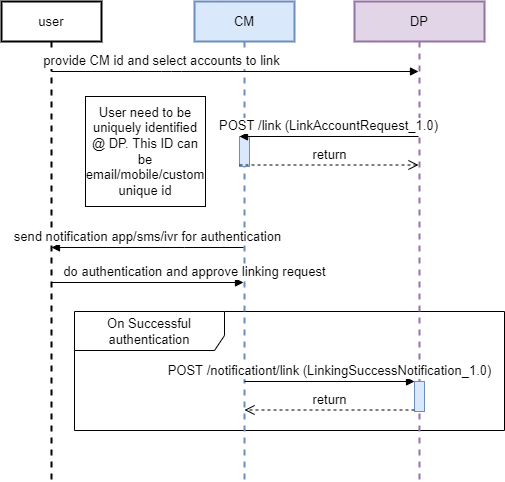
iSPIRT/DEPA keeps this draw.io diagram as seqDiagram/accountLinking-DPSide.png. Above is the earlier version. Source tidied: cells renumbered, new cells last; positions are measured from the earlier drawing's top-left corner, leaving out a move shared by most shapes.
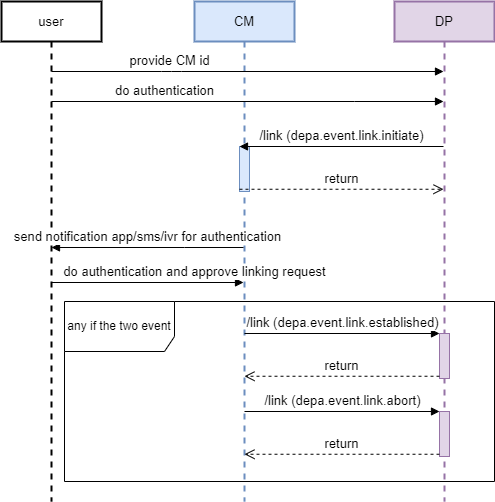
The same file after the commit.

Commit message:
linking flow updated

What changed in the source:
```diff
@@ -1,17 +1,14 @@
-<mxGraphModel>
+<mxGraphModel background="#FFFFFF">
   <root>
     <mxCell id="0" />
     <mxCell id="1" parent="0" />
-    <mxCell id="2" value="On Successful authentication" style="shape=umlFrame;whiteSpace=wrap;html=1;width=150;height=39;fontSize=13;" parent="1" vertex="1">
-      <mxGeometry x="73" y="310" width="430" height="119" as="geometry" />
-    </mxCell>
     <mxCell id="3" value="user" style="shape=umlLifeline;perimeter=lifelinePerimeter;whiteSpace=wrap;html=1;outlineConnect=0;strokeWidth=2;fontSize=13;" parent="1" vertex="1">
-      <mxGeometry width="100" height="480" as="geometry" />
+      <mxGeometry width="100" height="500" as="geometry" />
     </mxCell>
     <mxCell id="4" value="CM" style="shape=umlLifeline;perimeter=lifelinePerimeter;whiteSpace=wrap;html=1;fillColor=#dae8fc;strokeColor=#6c8ebf;strokeWidth=2;fontSize=13;" parent="1" vertex="1">
-      <mxGeometry x="193" width="100" height="480" as="geometry" />
+      <mxGeometry x="193" width="100" height="500" as="geometry" />
     </mxCell>
-    <mxCell id="5" value="provide CM id and select accounts to link" style="html=1;verticalAlign=bottom;endArrow=block;fontSize=13;" parent="1" edge="1" source="3" target="6">
+    <mxCell id="5" value="provide CM id" style="html=1;verticalAlign=bottom;endArrow=block;fontSize=13;" parent="1" edge="1" source="3" target="6">
       <mxGeometry x="-0.4" relative="1" as="geometry">
         <Array as="points">
           <mxPoint x="170" y="70" />
@@ -19,8 +16,27 @@
       </mxGeometry>
     </mxCell>
     <mxCell id="6" value="DP" style="shape=umlLifeline;perimeter=lifelinePerimeter;whiteSpace=wrap;html=1;outlineConnect=0;fillColor=#e1d5e7;strokeColor=#9673a6;strokeWidth=2;fontSize=13;" parent="1" vertex="1">
-      <mxGeometry x="353" width="130" height="480" as="geometry" />
+      <mxGeometry x="393" width="100" height="500" as="geometry" />
     </mxCell>
+    <mxCell id="16" style="html=1;points=[];perimeter=orthogonalPerimeter;fillColor=#e1d5e7;strokeColor=#9673a6;fontSize=13;" parent="6" vertex="1">
+      <mxGeometry x="45" y="332" width="10" height="45" as="geometry" />
+    </mxCell>
+    <mxCell id="17" style="html=1;points=[];perimeter=orthogonalPerimeter;fillColor=#e1d5e7;strokeColor=#9673a6;fontSize=13;" parent="6" vertex="1">
+      <mxGeometry x="45" y="410" width="10" height="45" as="geometry" />
+    </mxCell>
+    <mxCell id="18" value="/link (depa.event.link.abort)&lt;span style=&quot;font-size: 13px&quot;&gt;&lt;br style=&quot;font-size: 13px&quot;&gt;&lt;/span&gt;" style="html=1;verticalAlign=bottom;endArrow=block;entryX=0;entryY=0;fontSize=13;" parent="6" edge="1" target="17">
+      <mxGeometry relative="1" as="geometry">
+        <mxPoint x="-150" y="410" as="sourcePoint" />
+      </mxGeometry>
+    </mxCell>
+    <mxCell id="19" value="return" style="html=1;verticalAlign=bottom;endArrow=open;dashed=1;endSize=8;exitX=0;exitY=0.95;fontSize=13;" parent="6" edge="1" source="17">
+      <mxGeometry relative="1" as="geometry">
+        <mxPoint x="-150" y="452.8" as="targetPoint" />
+      </mxGeometry>
+    </mxCell>
+    <mxCell id="20" value="any if the two event" style="shape=umlFrame;whiteSpace=wrap;html=1;width=110;height=50;" parent="6" vertex="1">
+      <mxGeometry x="-330" y="300" width="430" height="180" as="geometry" />
+    </mxCell>
     <mxCell id="7" value="send notification app/sms/ivr for authentication" style="html=1;verticalAlign=bottom;endArrow=block;rounded=0;fontSize=13;" parent="1" edge="1">
       <mxGeometry relative="1" as="geometry">
         <mxPoint x="242" y="246" as="sourcePoint" />
@@ -36,34 +52,35 @@
         <mxPoint x="242" y="281" as="targetPoint" />
       </mxGeometry>
     </mxCell>
-    <mxCell id="9" value="User need to be uniquely identified @ DP. This ID can be email/mobile/custom unique id" style="text;html=1;fillColor=none;align=center;verticalAlign=middle;whiteSpace=wrap;rounded=0;fontSize=13;strokeColor=#000000;" parent="1" vertex="1">
-      <mxGeometry x="84" y="95" width="120" height="110" as="geometry" />
-    </mxCell>
     <mxCell id="10" style="html=1;points=[];perimeter=orthogonalPerimeter;fillColor=#dae8fc;strokeColor=#6c8ebf;fontSize=13;" parent="1" vertex="1">
-      <mxGeometry x="238" y="135" width="10" height="30" as="geometry" />
+      <mxGeometry x="238" y="145" width="10" height="45" as="geometry" />
     </mxCell>
-    <mxCell id="11" value="POST /link (LinkAccountRequest_1.0)&lt;span style=&quot;font-size: 13px&quot;&gt;&lt;br style=&quot;font-size: 13px&quot;&gt;&lt;/span&gt;" style="html=1;verticalAlign=bottom;endArrow=block;entryX=0;entryY=0;fontSize=13;" parent="1" edge="1" target="10">
+    <mxCell id="11" value="/link (depa.event.link.initiate)&lt;span style=&quot;font-size: 13px&quot;&gt;&lt;br style=&quot;font-size: 13px&quot;&gt;&lt;/span&gt;" style="html=1;verticalAlign=bottom;endArrow=block;entryX=0;entryY=0;fontSize=13;" parent="1" edge="1" target="10">
       <mxGeometry relative="1" as="geometry">
-        <mxPoint x="417" y="135" as="sourcePoint" />
+        <mxPoint x="442" y="145" as="sourcePoint" />
       </mxGeometry>
     </mxCell>
     <mxCell id="12" value="return" style="html=1;verticalAlign=bottom;endArrow=open;dashed=1;endSize=8;exitX=0;exitY=0.95;fontSize=13;" parent="1" edge="1" source="10">
       <mxGeometry relative="1" as="geometry">
-        <mxPoint x="417" y="163.5" as="targetPoint" />
+        <mxPoint x="442" y="187.8" as="targetPoint" />
       </mxGeometry>
     </mxCell>
-    <mxCell id="13" style="html=1;points=[];perimeter=orthogonalPerimeter;fillColor=#dae8fc;strokeColor=#6c8ebf;fontSize=13;" parent="1" vertex="1">
-      <mxGeometry x="413" y="380" width="10" height="30" as="geometry" />
-    </mxCell>
-    <mxCell id="14" value="&lt;span style=&quot;font-size: 13px&quot;&gt;POST /notificationt/link (LinkingSuccessNotification_1.0)&lt;/span&gt;" style="html=1;verticalAlign=bottom;endArrow=block;entryX=0;entryY=0;fontSize=13;" parent="1" edge="1" target="13">
-      <mxGeometry relative="1" as="geometry">
-        <mxPoint x="243" y="380" as="sourcePoint" />
-      </mxGeometry>
-    </mxCell>
-    <mxCell id="15" value="return" style="html=1;verticalAlign=bottom;endArrow=open;dashed=1;endSize=8;exitX=0;exitY=0.95;fontSize=13;" parent="1" edge="1" source="13">
-      <mxGeometry relative="1" as="geometry">
-        <mxPoint x="243" y="408.5" as="targetPoint" />
-      </mxGeometry>
-    </mxCell>
+    <mxCell id="21" value="&lt;font style=&quot;font-size: 13px&quot;&gt;do authentication&lt;/font&gt;" style="html=1;verticalAlign=bottom;endArrow=block;rounded=0;" parent="1" edge="1" source="3" target="6">
+      <mxGeometry x="-0.42" relative="1" as="geometry">
+        <Array as="points">
+          <mxPoint x="353" y="100" />
+        </Array>
+      </mxGeometry>
+    </mxCell>
+    <mxCell id="22" value="/link (depa.event.link.established)&lt;span style=&quot;font-size: 13px&quot;&gt;&lt;br style=&quot;font-size: 13px&quot;&gt;&lt;/span&gt;" style="html=1;verticalAlign=bottom;endArrow=block;entryX=0;entryY=0;fontSize=13;" parent="1" edge="1" target="16">
+      <mxGeometry relative="1" as="geometry">
+        <mxPoint x="243" y="332" as="sourcePoint" />
+      </mxGeometry>
+    </mxCell>
+    <mxCell id="23" value="return" style="html=1;verticalAlign=bottom;endArrow=open;dashed=1;endSize=8;exitX=0;exitY=0.95;fontSize=13;" parent="1" edge="1" source="16">
+      <mxGeometry relative="1" as="geometry">
+        <mxPoint x="243" y="374.8" as="targetPoint" />
+      </mxGeometry>
+    </mxCell>
   </root>
 </mxGraphModel>
```
